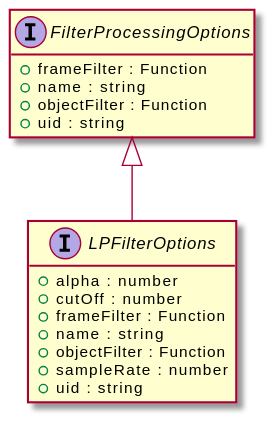
Earlier version of the PlantUML export assets/LPFilterOptions-umlClassDiagram-13865.svg (OpenHPS/openhps-core).
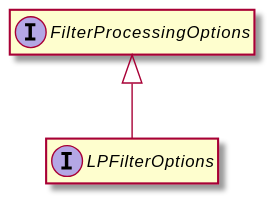
The same diagram one commit later.

Diff of the diagram source:
```diff
@@ -3,19 +3,8 @@
 hide empty methods
 hide empty fields
 interface "LPFilterOptions" {
-    +alpha : number
-    +cutOff : number
-    +frameFilter : Function
-    +name : string
-    +objectFilter : Function
-    +sampleRate : number
-    +uid : string
 }
 interface "FilterProcessingOptions" {
-    +frameFilter : Function
-    +name : string
-    +objectFilter : Function
-    +uid : string
 }
 "FilterProcessingOptions" <|-- "LPFilterOptions"
 @enduml
```
